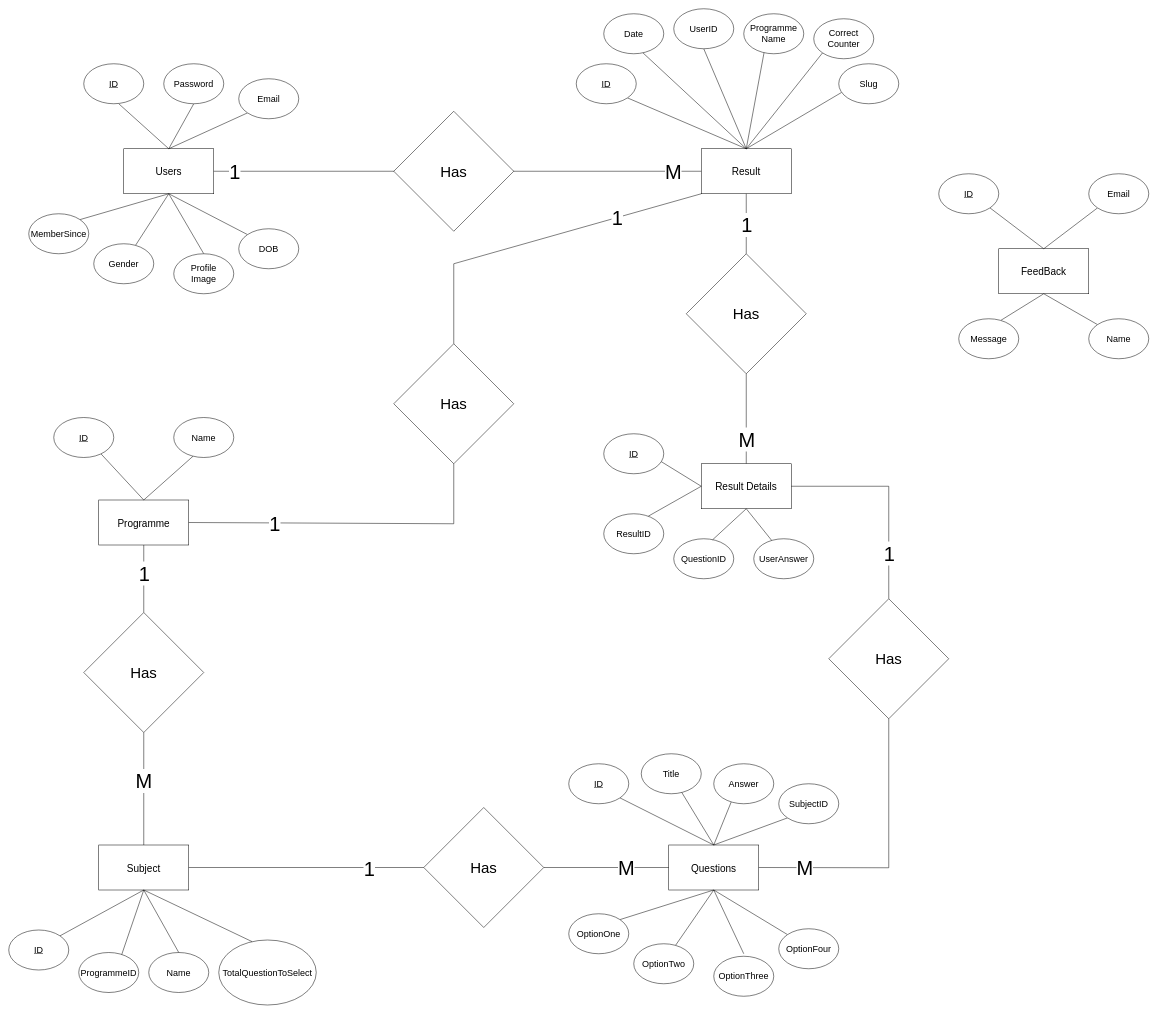
The draw.io diagram static/Project Diagram/ER-Diagram.drawio in sainisoftravi/online_entrance, before the edit. Source tidied: cells renumbered, new cells numbered last; positions are measured from the earlier drawing's top-left corner, leaving out a move shared by most shapes. Both pictures are drawn from the tidied source at 50%, with x=0, y=0 at pixel (8, 8).
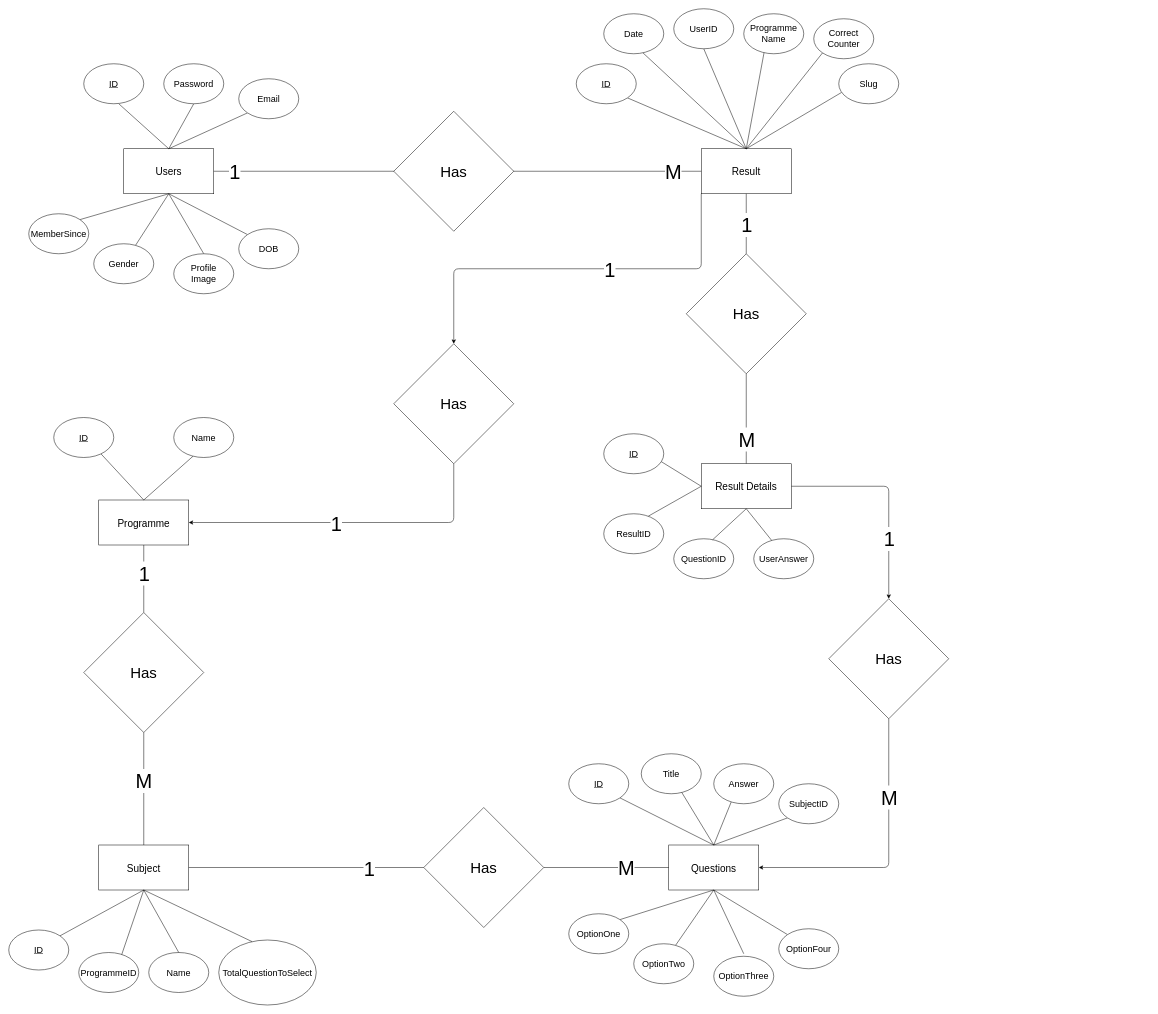
After the change.

Unchanged cells that the change refers to:
```xml
<mxCell id="2" value="&lt;font style=&quot;font-size: 20px;&quot;&gt;Questions&lt;/font&gt;" style="rounded=0;whiteSpace=wrap;html=1;" parent="1" vertex="1">
  <mxGeometry x="1320" y="1672.5" width="180" height="90" as="geometry" />
</mxCell>
<mxCell id="30" value="&lt;font style=&quot;font-size: 20px;&quot;&gt;Result&lt;/font&gt;" style="rounded=0;whiteSpace=wrap;html=1;" parent="1" vertex="1">
  <mxGeometry x="1385" y="280" width="180" height="90" as="geometry" />
</mxCell>
<mxCell id="48" value="&lt;font style=&quot;font-size: 20px;&quot;&gt;Result Details&lt;/font&gt;" style="rounded=0;whiteSpace=wrap;html=1;" parent="1" vertex="1">
  <mxGeometry x="1385" y="910" width="180" height="90" as="geometry" />
</mxCell>
<mxCell id="65" value="&lt;font style=&quot;font-size: 20px;&quot;&gt;Programme&lt;/font&gt;" style="rounded=0;whiteSpace=wrap;html=1;" parent="1" vertex="1">
  <mxGeometry x="180" y="982.5" width="180" height="90" as="geometry" />
</mxCell>
<mxCell id="91" value="&lt;font style=&quot;font-size: 30px;&quot;&gt;Has&lt;/font&gt;" style="rhombus;whiteSpace=wrap;html=1;" parent="1" vertex="1">
  <mxGeometry x="1640" y="1180" width="240" height="240" as="geometry" />
</mxCell>
<mxCell id="94" value="&lt;font style=&quot;font-size: 30px;&quot;&gt;Has&lt;/font&gt;" style="rhombus;whiteSpace=wrap;html=1;" parent="1" vertex="1">
  <mxGeometry x="770" y="670" width="240" height="240" as="geometry" />
</mxCell>
```

What changed in the source:
```diff
@@
+    <mxCell id="108" style="edgeStyle=orthogonalEdgeStyle;rounded=1;jettySize=auto;html=1;exitX=0;exitY=1;exitDx=0;exitDy=0;entryX=0.5;entryY=0;entryDx=0;entryDy=0;" parent="1" edge="1" source="30" target="94">
+      <mxGeometry relative="1" as="geometry" />
+    </mxCell>
+    <mxCell id="109" value="&lt;font style=&quot;font-size: 40px;&quot;&gt;1&lt;/font&gt;" style="edgeLabel;html=1;align=center;verticalAlign=middle;" parent="108" vertex="1">
+      <mxGeometry x="-0.16" relative="1" as="geometry" />
+    </mxCell>
@@
+    <mxCell id="89" style="edgeStyle=orthogonalEdgeStyle;rounded=1;jettySize=auto;html=1;exitX=1;exitY=0.5;exitDx=0;exitDy=0;entryX=0.5;entryY=0;entryDx=0;entryDy=0;" parent="1" edge="1" source="48" target="91">
+      <mxGeometry relative="1" as="geometry" />
+    </mxCell>
+    <mxCell id="110" value="&lt;font style=&quot;font-size: 40px;&quot;&gt;1&lt;/font&gt;" style="edgeLabel;html=1;align=center;verticalAlign=middle;" parent="89" vertex="1">
+      <mxGeometry x="0.3" y="3" relative="1" as="geometry">
+        <mxPoint x="-3" y="26" as="offset" />
+      </mxGeometry>
+    </mxCell>
@@
-    <mxCell id="89" style="endArrow=none;html=1;rounded=0;exitX=1;exitY=0.5;exitDx=0;exitDy=0;entryX=0.5;entryY=0;entryDx=0;entryDy=0;" parent="1" edge="1" source="48" target="91">
-      <mxGeometry relative="1" as="geometry">
-        <Array as="points">
-          <mxPoint x="1760" y="955" />
-        </Array>
-      </mxGeometry>
-    </mxCell>
-    <mxCell id="90" value="&lt;font style=&quot;font-size: 40px;&quot;&gt;1&lt;/font&gt;" style="edgeLabel;html=1;align=center;verticalAlign=middle;" parent="89" vertex="1">
-      <mxGeometry x="0.56" relative="1" as="geometry" />
-    </mxCell>
+    <mxCell id="111" style="edgeStyle=orthogonalEdgeStyle;rounded=1;jettySize=auto;html=1;exitX=0.5;exitY=1;exitDx=0;exitDy=0;entryX=1;entryY=0.5;entryDx=0;entryDy=0;" parent="1" edge="1" source="91" target="2">
+      <mxGeometry relative="1" as="geometry" />
+    </mxCell>
+    <mxCell id="93" value="&lt;font style=&quot;font-size: 40px;&quot;&gt;M&lt;/font&gt;" style="edgeLabel;html=1;align=center;verticalAlign=middle;" parent="111" vertex="1">
+      <mxGeometry x="-0.44" relative="1" as="geometry" />
+    </mxCell>
@@
-    <mxCell id="92" style="endArrow=none;html=1;rounded=0;exitX=1;exitY=0.5;exitDx=0;exitDy=0;entryX=0.5;entryY=1;entryDx=0;entryDy=0;" parent="1" edge="1" source="2" target="91">
-      <mxGeometry relative="1" as="geometry">
-        <Array as="points">
-          <mxPoint x="1760" y="1718" />
-        </Array>
-      </mxGeometry>
-    </mxCell>
-    <mxCell id="93" value="&lt;font style=&quot;font-size: 40px;&quot;&gt;M&lt;/font&gt;" style="edgeLabel;html=1;align=center;verticalAlign=middle;" parent="92" vertex="1">
-      <mxGeometry x="-0.67" relative="1" as="geometry" />
-    </mxCell>
+    <mxCell id="112" style="edgeStyle=orthogonalEdgeStyle;rounded=1;jettySize=auto;html=1;exitX=0.5;exitY=1;exitDx=0;exitDy=0;entryX=1;entryY=0.5;entryDx=0;entryDy=0;" parent="1" edge="1" source="94" target="65">
+      <mxGeometry relative="1" as="geometry" />
+    </mxCell>
+    <mxCell id="113" value="&lt;font style=&quot;font-size: 40px;&quot;&gt;1&lt;/font&gt;" style="edgeLabel;html=1;align=center;verticalAlign=middle;" parent="112" vertex="1">
+      <mxGeometry x="0.09" y="1" relative="1" as="geometry" />
+    </mxCell>
@@
-    <mxCell id="95" style="endArrow=none;html=1;rounded=0;exitX=1;exitY=0.5;exitDx=0;exitDy=0;entryX=0.5;entryY=1;entryDx=0;entryDy=0;" parent="1" edge="1" source="65" target="94">
-      <mxGeometry relative="1" as="geometry">
-        <Array as="points">
-          <mxPoint x="890" y="1030" />
-        </Array>
-      </mxGeometry>
-    </mxCell>
-    <mxCell id="96" value="&lt;font style=&quot;font-size: 40px;&quot;&gt;1&lt;/font&gt;" style="edgeLabel;html=1;align=center;verticalAlign=middle;" parent="95" vertex="1">
-      <mxGeometry x="-0.47" y="-1" relative="1" as="geometry" />
-    </mxCell>
-    <mxCell id="97" style="endArrow=none;html=1;rounded=0;exitX=0.5;exitY=0;exitDx=0;exitDy=0;entryX=0;entryY=1;entryDx=0;entryDy=0;" parent="1" edge="1" source="94" target="30">
-      <mxGeometry relative="1" as="geometry">
-        <Array as="points">
-          <mxPoint x="890" y="510" />
-        </Array>
-      </mxGeometry>
-    </mxCell>
-    <mxCell id="98" value="&lt;font style=&quot;font-size: 40px;&quot;&gt;1&lt;/font&gt;" style="edgeLabel;html=1;align=center;verticalAlign=middle;" parent="97" vertex="1">
-      <mxGeometry x="0.48" relative="1" as="geometry" />
-    </mxCell>
-    <mxCell id="99" value="&lt;font style=&quot;font-size: 20px;&quot;&gt;FeedBack&lt;/font&gt;" style="rounded=0;whiteSpace=wrap;html=1;" parent="1" vertex="1">
-      <mxGeometry x="1980" y="480" width="180" height="90" as="geometry" />
-    </mxCell>
-    <mxCell id="100" style="endArrow=none;html=1;rounded=0;exitX=0.5;exitY=0;exitDx=0;exitDy=0;entryX=1;entryY=1;entryDx=0;entryDy=0;" parent="1" edge="1" source="99" target="101">
-      <mxGeometry relative="1" as="geometry" />
-    </mxCell>
-    <mxCell id="101" value="&lt;font style=&quot;font-size: 18px;&quot;&gt;&lt;u&gt;ID&lt;/u&gt;&lt;/font&gt;" style="ellipse;whiteSpace=wrap;html=1;" parent="1" vertex="1">
-      <mxGeometry x="1860" y="330" width="120" height="80" as="geometry" />
-    </mxCell>
-    <mxCell id="102" style="endArrow=none;html=1;rounded=0;exitX=0.5;exitY=1;exitDx=0;exitDy=0;entryX=0;entryY=0;entryDx=0;entryDy=0;" parent="1" edge="1" source="99" target="103">
-      <mxGeometry relative="1" as="geometry" />
-    </mxCell>
-    <mxCell id="103" value="&lt;font style=&quot;font-size: 18px;&quot;&gt;Name&lt;/font&gt;" style="ellipse;whiteSpace=wrap;html=1;" parent="1" vertex="1">
-      <mxGeometry x="2160" y="620" width="120" height="80" as="geometry" />
-    </mxCell>
-    <mxCell id="104" style="endArrow=none;html=1;rounded=0;exitX=0.5;exitY=0;exitDx=0;exitDy=0;entryX=0;entryY=1;entryDx=0;entryDy=0;" parent="1" edge="1" source="99" target="105">
-      <mxGeometry relative="1" as="geometry" />
-    </mxCell>
-    <mxCell id="105" value="&lt;font style=&quot;font-size: 18px;&quot;&gt;Email&lt;/font&gt;" style="ellipse;whiteSpace=wrap;html=1;direction=east;" parent="1" vertex="1">
-      <mxGeometry x="2160" y="330" width="120" height="80" as="geometry" />
-    </mxCell>
-    <mxCell id="106" style="endArrow=none;html=1;rounded=0;exitX=0.5;exitY=1;exitDx=0;exitDy=0;entryX=0.701;entryY=0.041;entryDx=0;entryDy=0;entryPerimeter=0;" parent="1" edge="1" source="99" target="107">
-      <mxGeometry relative="1" as="geometry" />
-    </mxCell>
-    <mxCell id="107" value="&lt;font style=&quot;font-size: 18px;&quot;&gt;Message&lt;/font&gt;" style="ellipse;whiteSpace=wrap;html=1;direction=east;" parent="1" vertex="1">
-      <mxGeometry x="1900" y="620" width="120" height="80" as="geometry" />
-    </mxCell>
```
